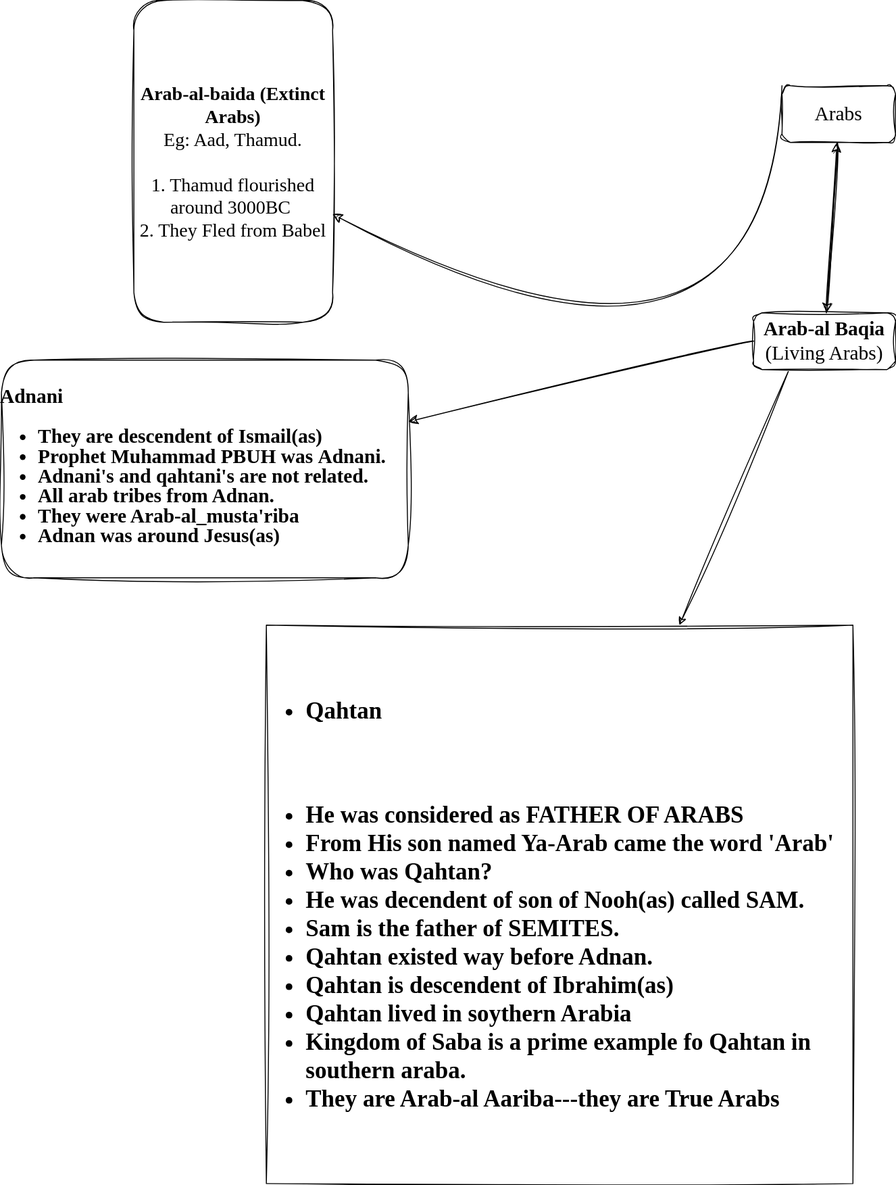
The draw.io diagram Untitled Diagram.drawio.svg in Hamisoptimistic/Hamisoptimistic, before a commit. Source tidied: cells renumbered, new cells last; positions are measured from the earlier drawing's top-left corner, leaving out a move shared by most shapes.
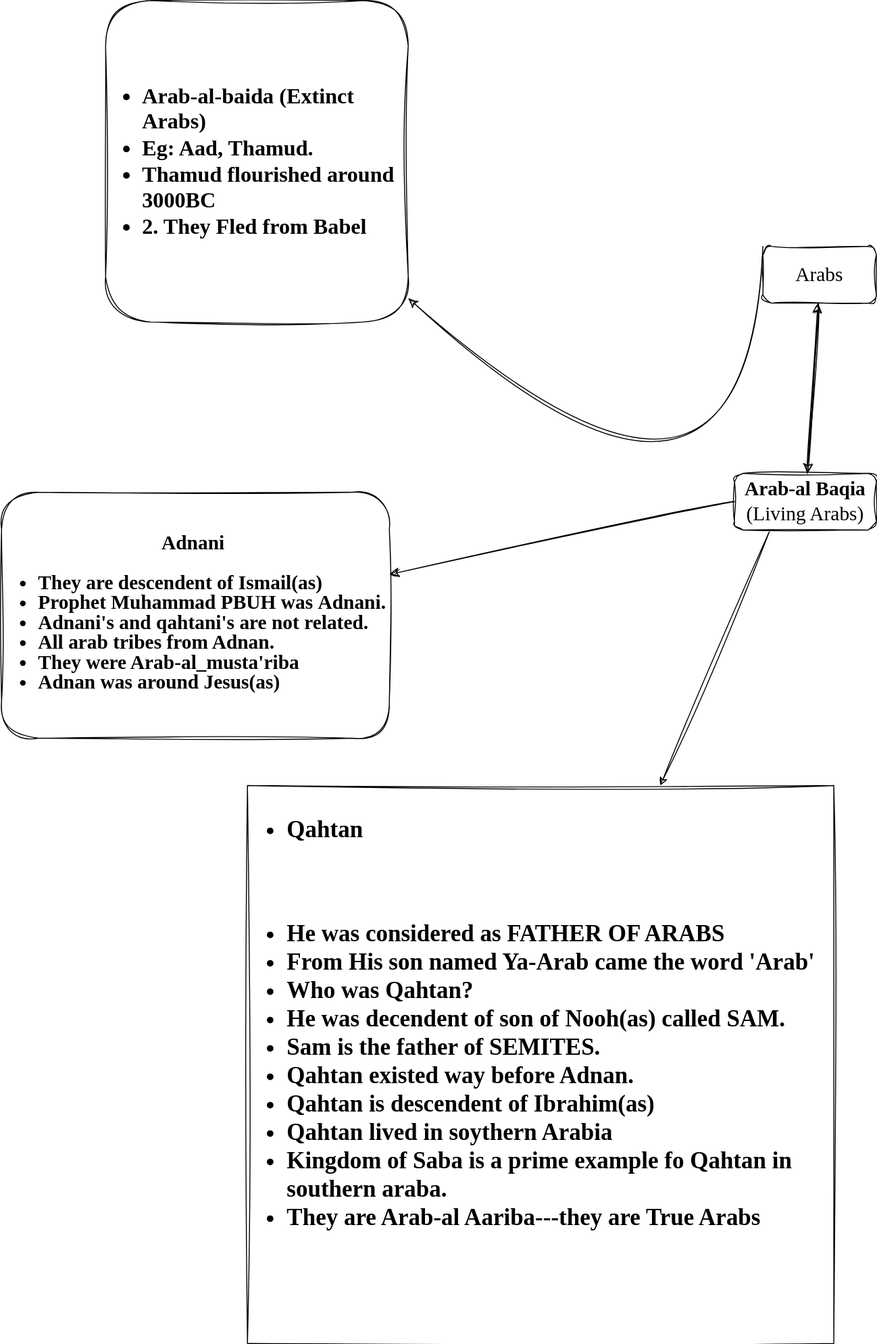
The same diagram one commit later.

Diff of the diagram source:
```diff
@@ -27,13 +27,13 @@
     <mxCell id="8" value="&lt;b style=&quot;font-size: 21px;&quot;&gt;Arab-al Baqia&lt;br style=&quot;font-size: 21px;&quot;&gt;&lt;/b&gt;(Living Arabs)" style="rounded=1;whiteSpace=wrap;html=1;hachureGap=4;fontFamily=Architects Daughter;fontSource=https%3A%2F%2Ffonts.googleapis.com%2Fcss%3Ffamily%3DArchitects%2BDaughter;fontSize=21;spacing=-1;labelBackgroundColor=none;sketch=1;curveFitting=1;jiggle=2;" parent="1" vertex="1">
       <mxGeometry x="795" y="330" width="150" height="60" as="geometry" />
     </mxCell>
-    <mxCell id="9" value="&lt;h1 style=&quot;font-size: 21px; line-height: 100%;&quot;&gt;&lt;font face=&quot;Architects Daughter&quot; style=&quot;font-size: 21px;&quot;&gt;&lt;b style=&quot;font-size: 21px;&quot;&gt;Adnani&lt;/b&gt;&lt;/font&gt;&lt;/h1&gt;&lt;font face=&quot;Architects Daughter&quot; style=&quot;font-size: 21px;&quot;&gt;&lt;div style=&quot;font-size: 21px; line-height: 100%;&quot;&gt;&lt;ul style=&quot;font-size: 21px; line-height: 100%;&quot;&gt;&lt;li&gt;&lt;font face=&quot;Architects Daughter&quot; style=&quot;font-size: 21px;&quot;&gt;&lt;b style=&quot;background-color: initial;&quot;&gt;They are descendent of Ismail(as)&lt;/b&gt;&lt;/font&gt;&lt;/li&gt;&lt;li style=&quot;font-size: 21px;&quot;&gt;&lt;span style=&quot;font-size: 21px;&quot;&gt;&lt;b style=&quot;font-size: 21px;&quot;&gt;Prophet Muhammad PBUH was&amp;nbsp;&lt;/b&gt;&lt;/span&gt;&lt;b style=&quot;font-size: 21px; background-color: initial;&quot;&gt;Adnani.&lt;/b&gt;&lt;/li&gt;&lt;li style=&quot;font-size: 21px;&quot;&gt;&lt;span style=&quot;font-size: 21px;&quot;&gt;&lt;b style=&quot;font-size: 21px;&quot;&gt;Adnani's and qahtani's are not related.&lt;/b&gt;&lt;/span&gt;&lt;/li&gt;&lt;li style=&quot;font-size: 21px;&quot;&gt;&lt;span style=&quot;font-size: 21px;&quot;&gt;&lt;b style=&quot;font-size: 21px;&quot;&gt;All arab tribes from Adnan.&lt;/b&gt;&lt;/span&gt;&lt;/li&gt;&lt;li style=&quot;font-size: 21px;&quot;&gt;&lt;span style=&quot;font-size: 21px;&quot;&gt;&lt;b style=&quot;font-size: 21px;&quot;&gt;They were Arab-al_musta'riba&lt;/b&gt;&lt;/span&gt;&lt;/li&gt;&lt;li style=&quot;font-size: 21px;&quot;&gt;&lt;span style=&quot;font-size: 21px;&quot;&gt;&lt;b style=&quot;font-size: 21px;&quot;&gt;Adnan was around Jesus(as)&lt;/b&gt;&lt;/span&gt;&lt;/li&gt;&lt;/ul&gt;&lt;/div&gt;&lt;/font&gt;" style="rounded=1;html=1;hachureGap=4;align=left;textDirection=ltr;fontSize=21;spacing=-1;labelBackgroundColor=none;sketch=1;curveFitting=1;jiggle=2;" parent="1" vertex="1">
-      <mxGeometry y="380" width="430" height="230" as="geometry" />
+    <mxCell id="9" value="&lt;h1 style=&quot;text-align: center; line-height: 100%; font-size: 21px;&quot;&gt;&lt;font face=&quot;Architects Daughter&quot; style=&quot;font-size: 21px;&quot;&gt;&lt;b style=&quot;&quot;&gt;Adnani&lt;/b&gt;&lt;/font&gt;&lt;/h1&gt;&lt;font face=&quot;Architects Daughter&quot; style=&quot;font-size: 21px;&quot;&gt;&lt;div style=&quot;line-height: 100%;&quot;&gt;&lt;ul style=&quot;line-height: 100%;&quot;&gt;&lt;li style=&quot;&quot;&gt;&lt;b style=&quot;font-family: &amp;quot;Architects Daughter&amp;quot;; background-color: initial;&quot;&gt;They are descendent of Ismail(as)&lt;/b&gt;&lt;/li&gt;&lt;li style=&quot;&quot;&gt;&lt;b style=&quot;&quot;&gt;Prophet Muhammad PBUH was&amp;nbsp;&lt;/b&gt;&lt;b style=&quot;background-color: initial;&quot;&gt;Adnani.&lt;/b&gt;&lt;/li&gt;&lt;li style=&quot;&quot;&gt;&lt;b style=&quot;&quot;&gt;Adnani's and qahtani's are not related.&lt;/b&gt;&lt;/li&gt;&lt;li style=&quot;&quot;&gt;&lt;b style=&quot;&quot;&gt;All arab tribes from Adnan.&lt;/b&gt;&lt;/li&gt;&lt;li style=&quot;&quot;&gt;&lt;b style=&quot;&quot;&gt;They were Arab-al_musta'riba&lt;/b&gt;&lt;/li&gt;&lt;li style=&quot;&quot;&gt;&lt;b style=&quot;&quot;&gt;Adnan was around Jesus(as)&lt;/b&gt;&lt;/li&gt;&lt;/ul&gt;&lt;/div&gt;&lt;/font&gt;" style="rounded=1;html=1;hachureGap=4;align=left;textDirection=ltr;fontSize=41;spacing=-1;labelBackgroundColor=none;sketch=1;curveFitting=1;jiggle=2;" parent="1" vertex="1">
+      <mxGeometry x="20" y="350" width="410" height="260" as="geometry" />
     </mxCell>
-    <mxCell id="10" value="&lt;div&gt;&lt;b&gt;Arab-al-baida (Extinct Arabs)&lt;/b&gt;&lt;/div&gt;&lt;div&gt;Eg: Aad, Thamud.&lt;/div&gt;&lt;div&gt;&lt;br&gt;&lt;/div&gt;&lt;div&gt;1. Thamud flourished around 3000BC&amp;nbsp;&lt;/div&gt;&lt;div&gt;2. They Fled from Babel&lt;/div&gt;" style="rounded=1;whiteSpace=wrap;html=1;hachureGap=4;fontFamily=Architects Daughter;fontSource=https%3A%2F%2Ffonts.googleapis.com%2Fcss%3Ffamily%3DArchitects%2BDaughter;fontSize=20;spacing=-1;labelBackgroundColor=none;sketch=1;curveFitting=1;jiggle=2;" parent="1" vertex="1">
-      <mxGeometry x="140" width="210" height="340" as="geometry" />
+    <mxCell id="10" value="&lt;div style=&quot;&quot;&gt;&lt;ul&gt;&lt;li&gt;&lt;b&gt;Arab-al-baida (Extinct Arabs)&lt;/b&gt;&lt;/li&gt;&lt;li&gt;&lt;b style=&quot;background-color: initial;&quot;&gt;Eg: Aad, Thamud.&lt;/b&gt;&lt;/li&gt;&lt;li&gt;&lt;b&gt;Thamud flourished around 3000BC&amp;nbsp;&lt;/b&gt;&lt;/li&gt;&lt;li&gt;&lt;b&gt;2. They Fled from Babel&lt;/b&gt;&lt;/li&gt;&lt;/ul&gt;&lt;/div&gt;" style="rounded=1;whiteSpace=wrap;html=1;hachureGap=4;fontFamily=Architects Daughter;fontSource=https%3A%2F%2Ffonts.googleapis.com%2Fcss%3Ffamily%3DArchitects%2BDaughter;fontSize=23;spacing=-1;labelBackgroundColor=none;sketch=1;curveFitting=1;jiggle=2;align=left;" parent="1" vertex="1">
+      <mxGeometry x="130" y="-170" width="320" height="340" as="geometry" />
     </mxCell>
-    <mxCell id="11" value="&lt;ul&gt;&lt;li&gt;&lt;b&gt;Qahtan&lt;/b&gt;&lt;/li&gt;&lt;/ul&gt;&lt;div&gt;&lt;b&gt;&lt;br&gt;&lt;/b&gt;&lt;/div&gt;&lt;ul&gt;&lt;li&gt;&lt;b style=&quot;background-color: initial;&quot;&gt;He was considered as FATHER OF ARABS&lt;/b&gt;&lt;/li&gt;&lt;li&gt;&lt;b style=&quot;background-color: initial;&quot;&gt;From His son named Ya-Arab came the word 'Arab'&lt;/b&gt;&lt;/li&gt;&lt;li&gt;&lt;b style=&quot;background-color: initial;&quot;&gt;Who was Qahtan?&lt;/b&gt;&lt;/li&gt;&lt;li&gt;&lt;b style=&quot;background-color: initial;&quot;&gt;He was decendent of son of Nooh(as) called SAM.&lt;/b&gt;&lt;/li&gt;&lt;li&gt;&lt;b style=&quot;background-color: initial;&quot;&gt;Sam is the father of SEMITES.&lt;/b&gt;&lt;/li&gt;&lt;li&gt;&lt;b style=&quot;background-color: initial;&quot;&gt;Qahtan existed way before Adnan.&lt;/b&gt;&lt;/li&gt;&lt;li&gt;&lt;b style=&quot;background-color: initial;&quot;&gt;Qahtan is descendent of Ibrahim(as)&lt;/b&gt;&lt;/li&gt;&lt;li&gt;&lt;b style=&quot;background-color: initial;&quot;&gt;Qahtan lived in soythern Arabia&lt;/b&gt;&lt;/li&gt;&lt;li&gt;&lt;b style=&quot;background-color: initial;&quot;&gt;Kingdom of Saba is a prime example fo Qahtan in southern araba.&lt;/b&gt;&lt;/li&gt;&lt;li&gt;&lt;b style=&quot;background-color: initial;&quot;&gt;They are Arab-al Aariba---they are True Arabs&lt;/b&gt;&lt;/li&gt;&lt;/ul&gt;" style="rounded=0;whiteSpace=wrap;html=1;sketch=1;hachureGap=4;jiggle=2;curveFitting=1;fontFamily=Architects Daughter;fontSource=https%3A%2F%2Ffonts.googleapis.com%2Fcss%3Ffamily%3DArchitects%2BDaughter;fontSize=25;gradientColor=none;align=left;" parent="1" vertex="1">
+    <mxCell id="11" value="&lt;ul&gt;&lt;li&gt;&lt;b&gt;Qahtan&lt;/b&gt;&lt;/li&gt;&lt;/ul&gt;&lt;div&gt;&lt;b&gt;&lt;br&gt;&lt;/b&gt;&lt;/div&gt;&lt;ul&gt;&lt;li&gt;&lt;b style=&quot;&quot;&gt;He was considered as FATHER OF ARABS&lt;/b&gt;&lt;/li&gt;&lt;li&gt;&lt;b style=&quot;&quot;&gt;From His son named Ya-Arab came the word 'Arab'&lt;/b&gt;&lt;/li&gt;&lt;li&gt;&lt;b style=&quot;&quot;&gt;Who was Qahtan?&lt;/b&gt;&lt;/li&gt;&lt;li&gt;&lt;b style=&quot;&quot;&gt;He was decendent of son of Nooh(as) called SAM.&lt;/b&gt;&lt;/li&gt;&lt;li&gt;&lt;b style=&quot;&quot;&gt;Sam is the father of SEMITES.&lt;/b&gt;&lt;/li&gt;&lt;li&gt;&lt;b style=&quot;&quot;&gt;Qahtan existed way before Adnan.&lt;/b&gt;&lt;/li&gt;&lt;li&gt;&lt;b style=&quot;&quot;&gt;Qahtan is descendent of Ibrahim(as)&lt;/b&gt;&lt;/li&gt;&lt;li&gt;&lt;b style=&quot;&quot;&gt;Qahtan lived in soythern Arabia&lt;/b&gt;&lt;/li&gt;&lt;li&gt;&lt;b style=&quot;&quot;&gt;Kingdom of Saba is a prime example fo Qahtan in southern araba.&lt;/b&gt;&lt;/li&gt;&lt;li&gt;&lt;b style=&quot;&quot;&gt;They are Arab-al Aariba---they are True Arabs&lt;/b&gt;&lt;/li&gt;&lt;/ul&gt;" style="rounded=0;whiteSpace=wrap;html=1;sketch=1;hachureGap=4;jiggle=2;curveFitting=1;fontFamily=Architects Daughter;fontSource=https%3A%2F%2Ffonts.googleapis.com%2Fcss%3Ffamily%3DArchitects%2BDaughter;fontSize=25;gradientColor=none;align=left;verticalAlign=top;textDirection=ltr;labelBorderColor=none;labelBackgroundColor=none;" parent="1" vertex="1">
       <mxGeometry x="280" y="660" width="620" height="590" as="geometry" />
     </mxCell>
   </root>
```
